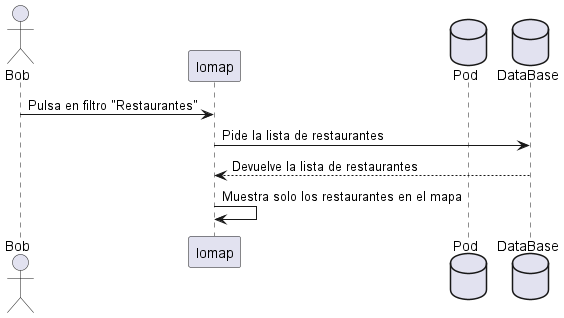
Above: images/filtro.png in Arquisoft/lomap_es3b (PlantUML), before the change. Source of this version:
```plantuml
@startuml
actor Bob
participant Iomap
database Pod
database DataBase as "DataBase"
Bob -> Iomap: Pulsa en filtro "Restaurantes"
Iomap-> DataBase: Pide la lista de restaurantes
DataBase --> Iomap: Devuelve la lista de restaurantes
Iomap-> Iomap: Muestra solo los restaurantes en el mapa
@enduml
```
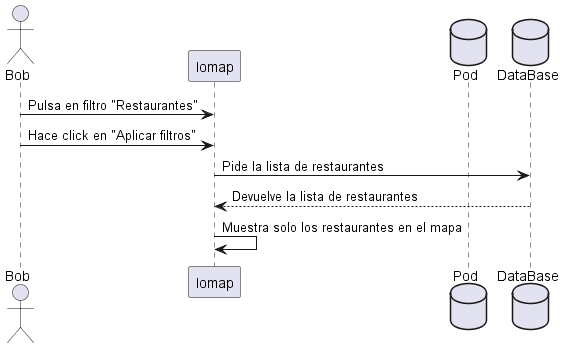
The same file after the commit.

The edit, as a diff of the source:
```diff
@@ -4,6 +4,7 @@
 database Pod
 database DataBase as "DataBase"
 Bob -> Iomap: Pulsa en filtro "Restaurantes"
+Bob -> Iomap: Hace click en "Aplicar filtros"
 Iomap-> DataBase: Pide la lista de restaurantes
 DataBase --> Iomap: Devuelve la lista de restaurantes
 Iomap-> Iomap: Muestra solo los restaurantes en el mapa
```
